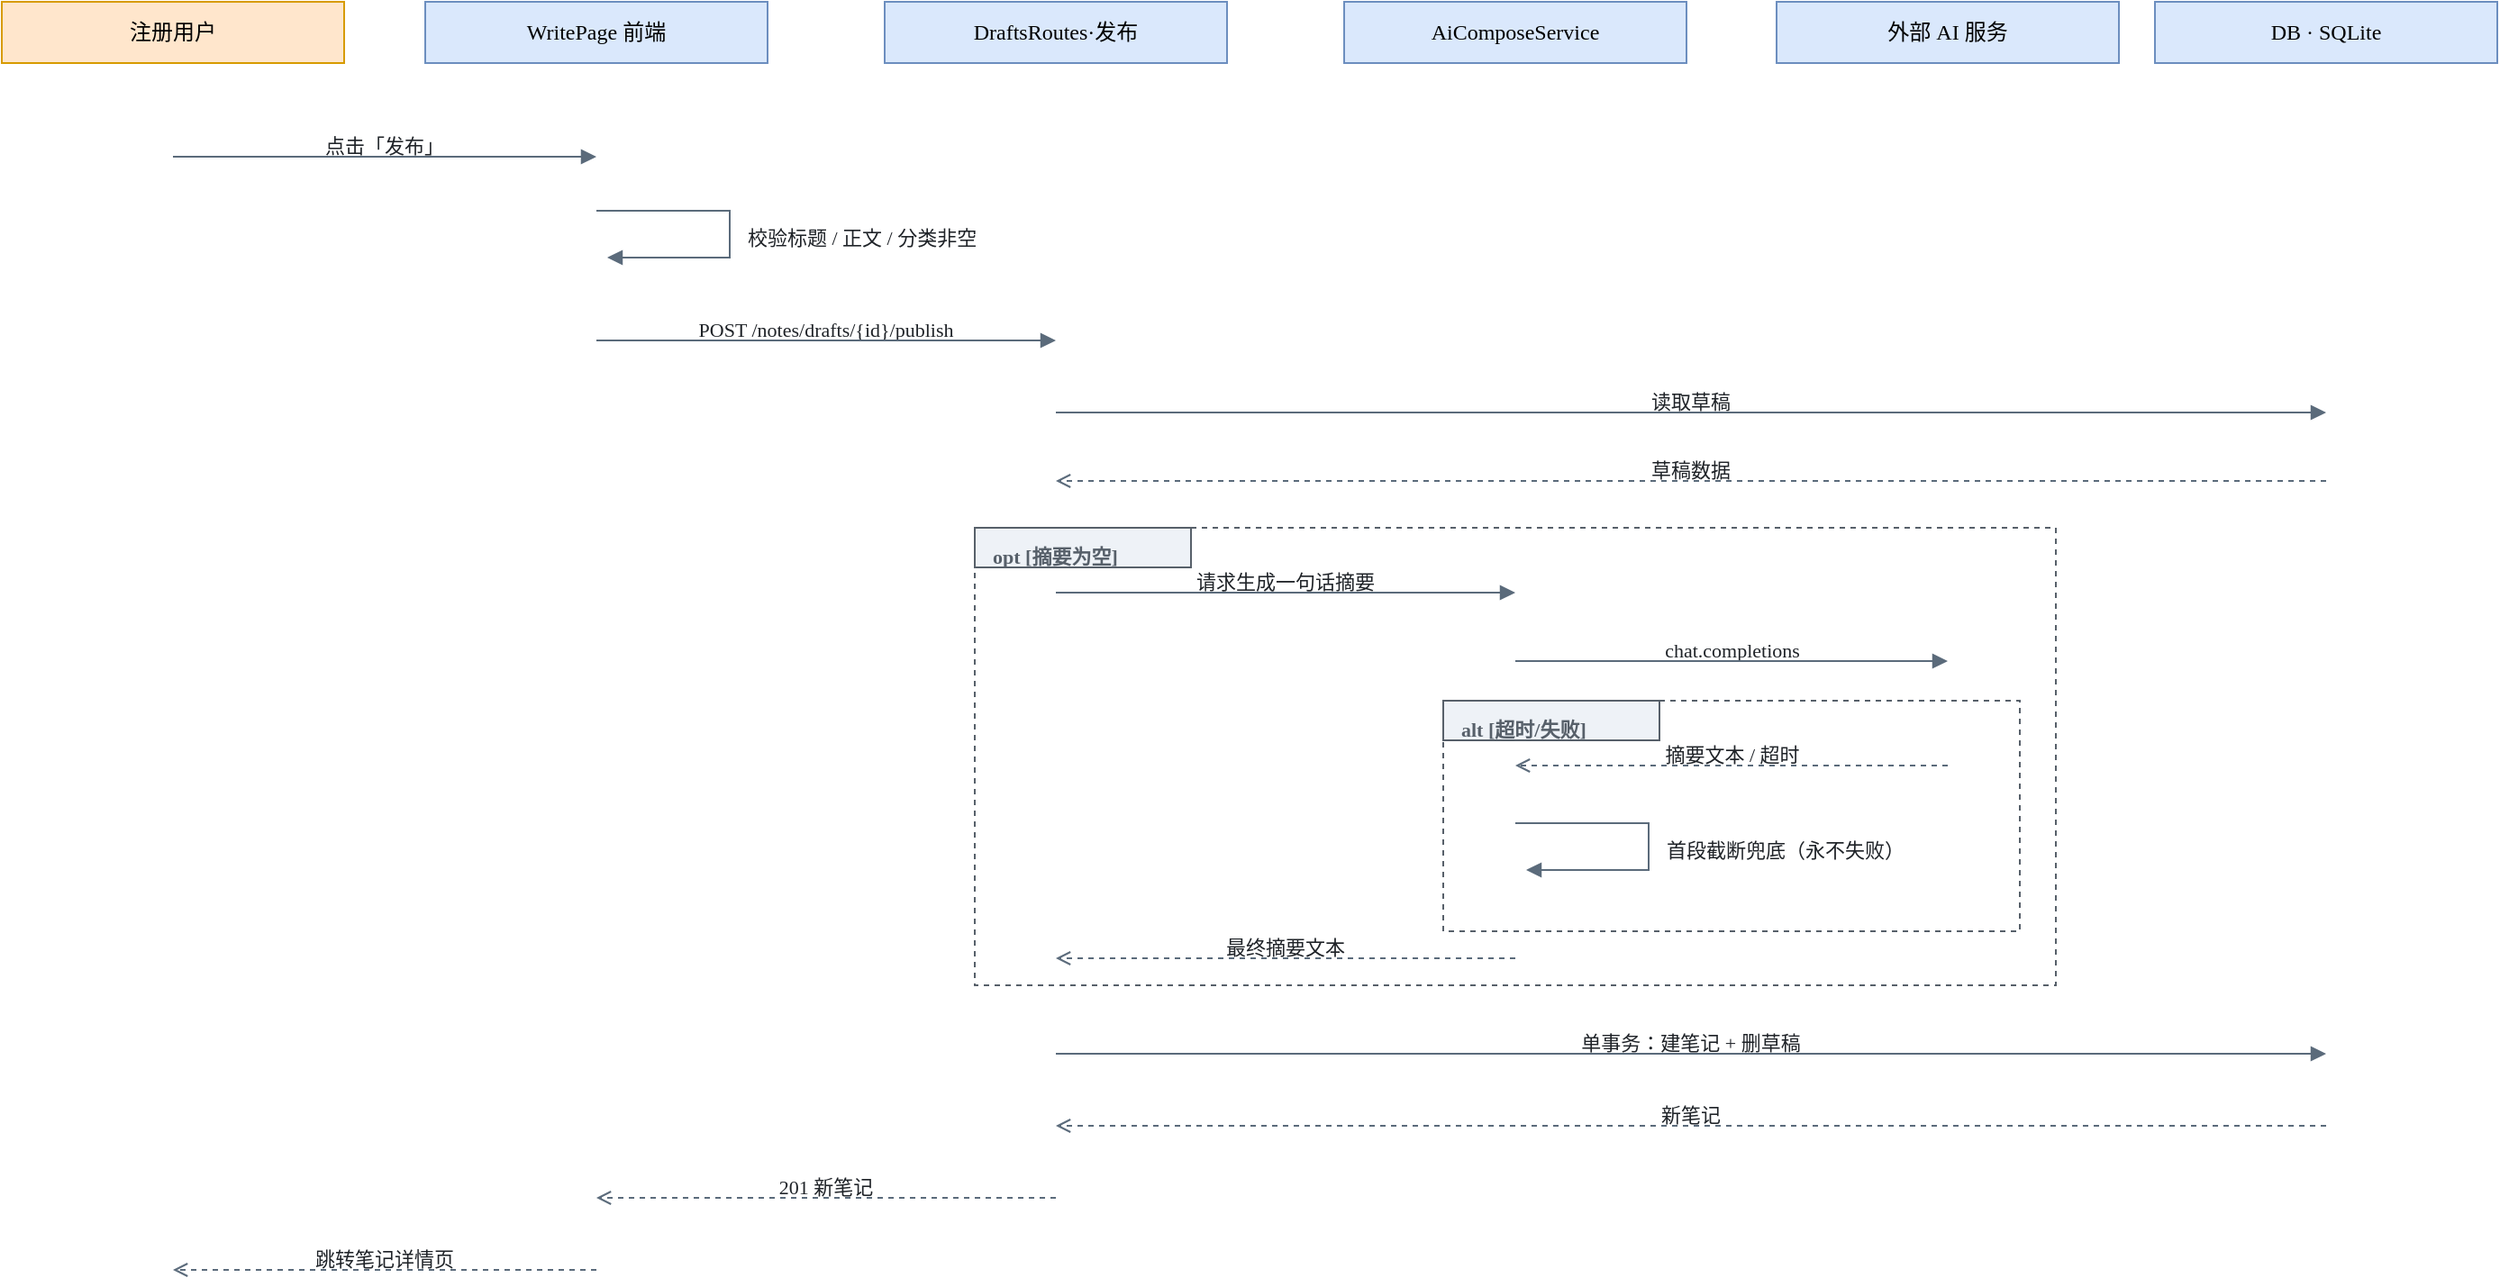
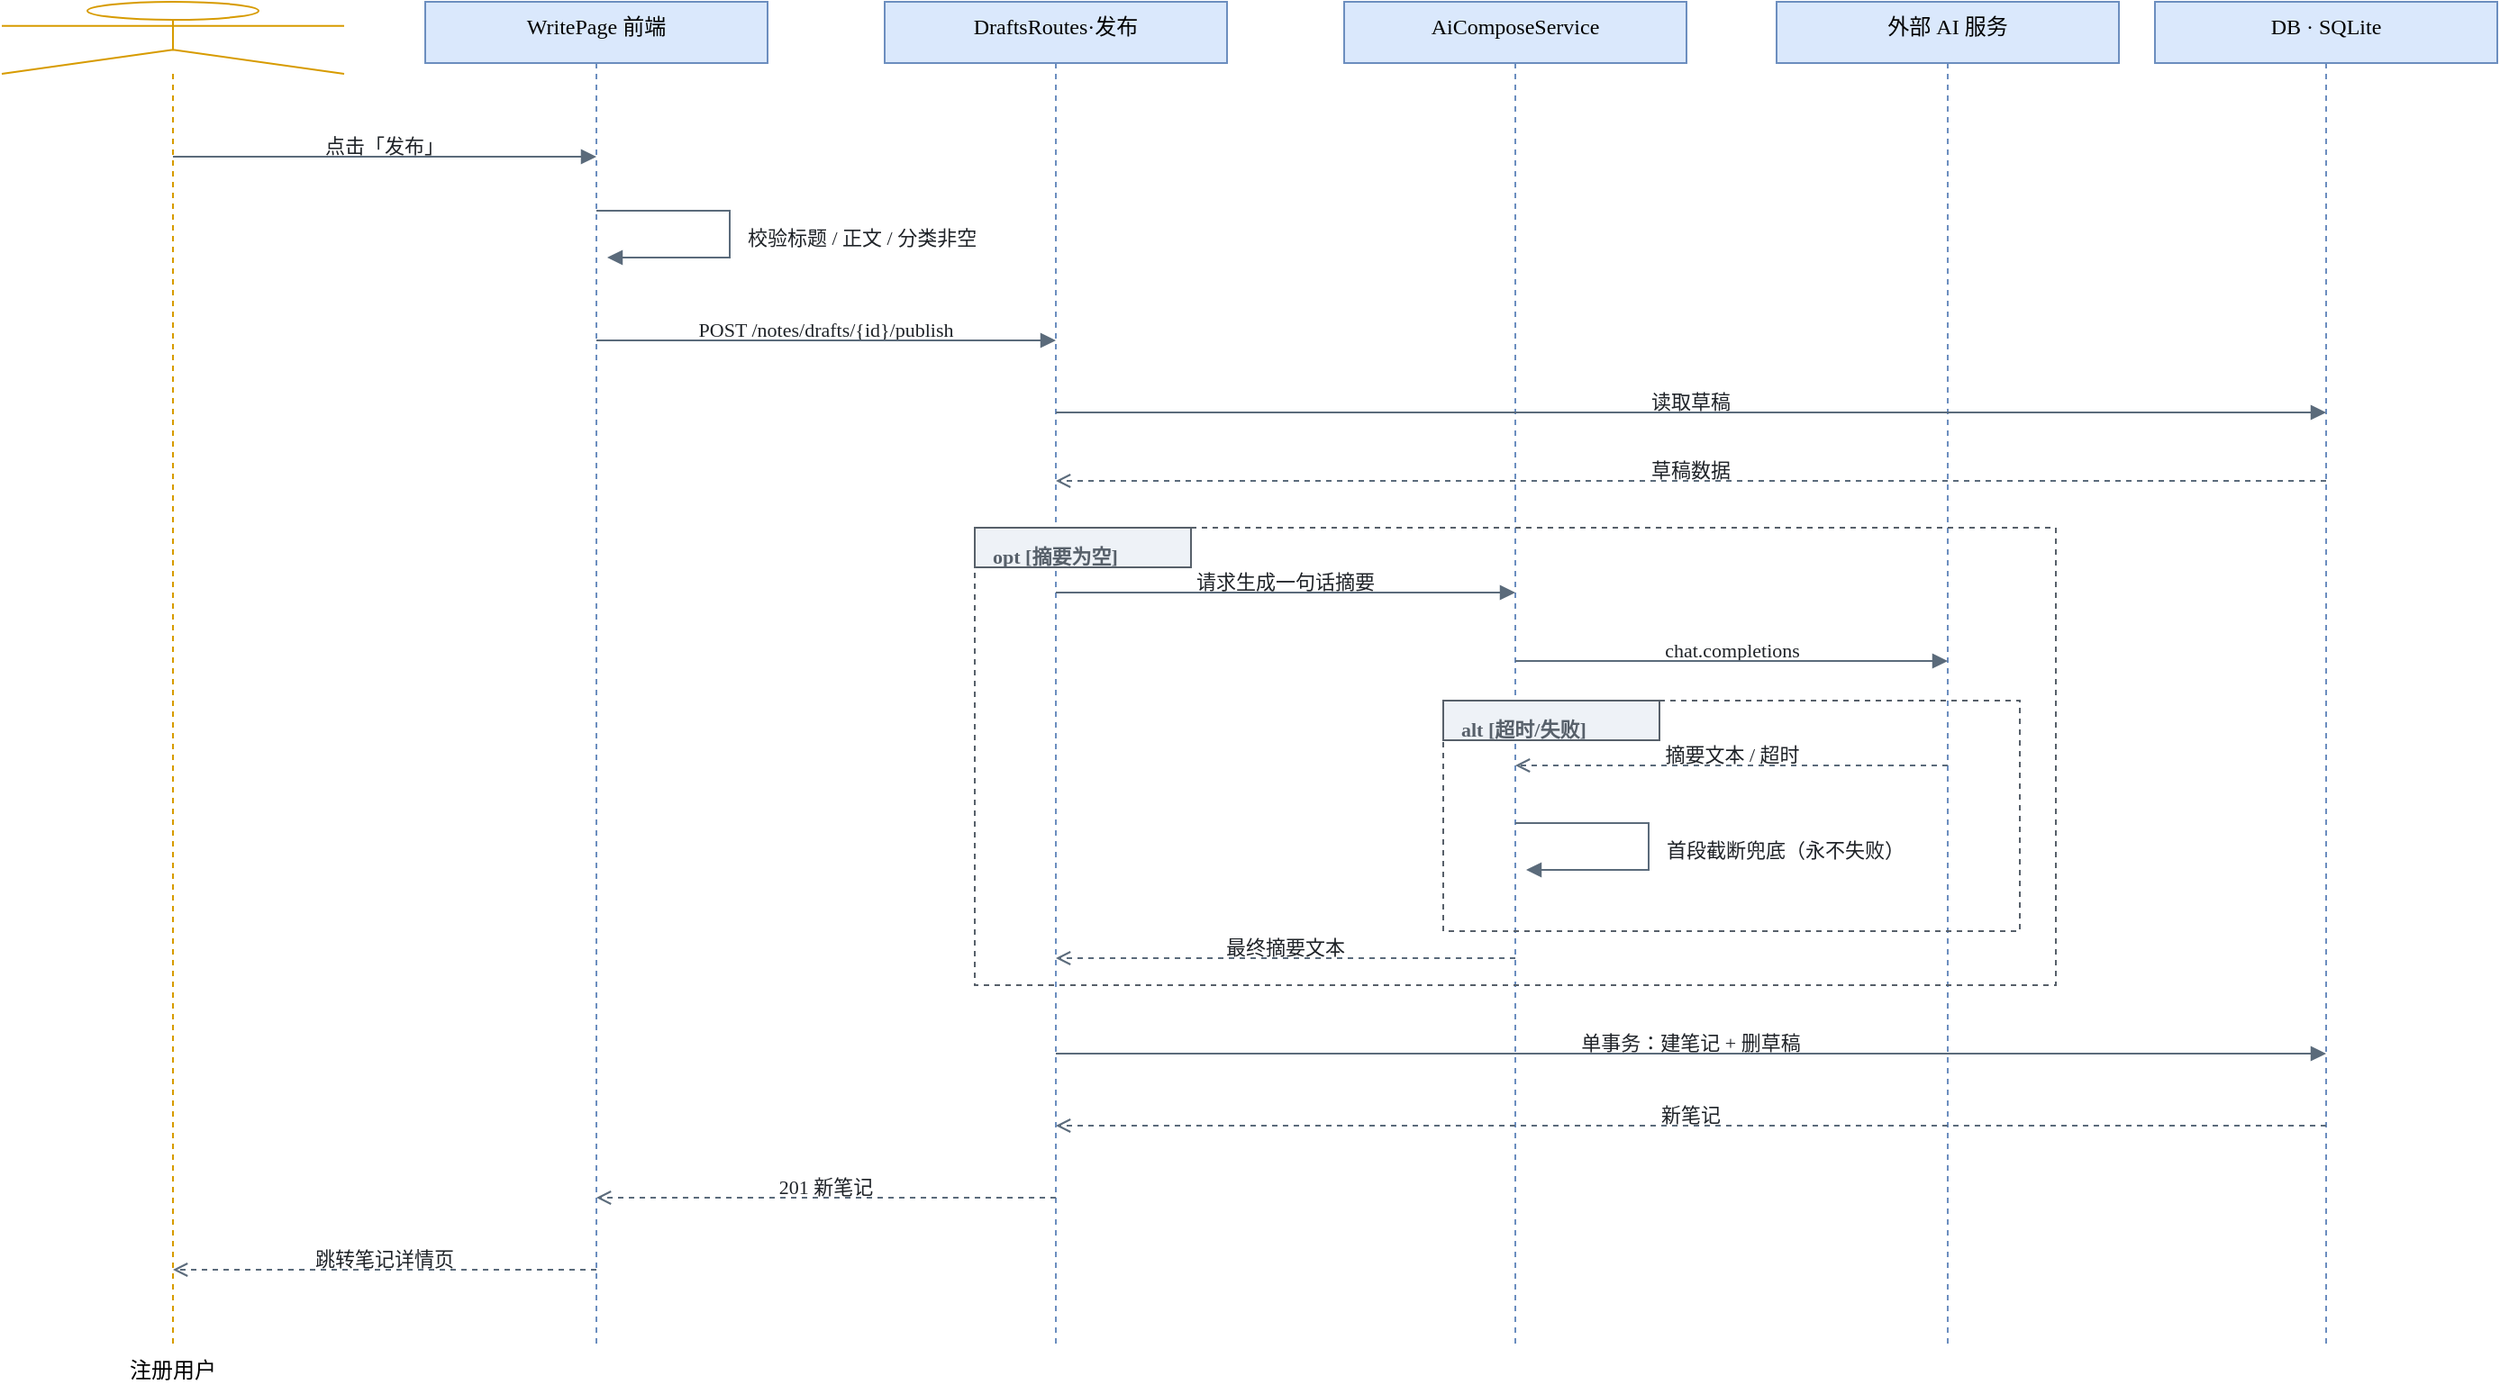
<mxfile host="app.diagrams.net" agent="figlib">
<diagram id="图6-8 顺序图·草稿发布与AI摘要降级" name="图6-8 顺序图·草稿发布与AI摘要降级">
<mxGraphModel dx="1280" dy="820" grid="0" gridSize="10" guides="1" tooltips="1" connect="1" arrows="1" fold="1" page="1" pageScale="1" pageWidth="1380" pageHeight="860" math="0" shadow="0"><root>
<mxCell id="0"/><mxCell id="1" parent="0"/>
- <mxCell id="U" value="注册用户" style="shape=umlLifeline;perimeter=lifelinePerimeter;whiteSpace=wrap;html=1;container=0;collapsible=0;fontFamily=SimSun;fontSize=12;fillColor=#ffe6cc;strokeColor=#d79b00;size=34;" vertex="1" parent="1"><mxGeometry x="0" y="44" width="190" height="34" as="geometry"/></mxCell>
- <mxCell id="W" value="WritePage 前端" style="shape=umlLifeline;perimeter=lifelinePerimeter;whiteSpace=wrap;html=1;container=0;collapsible=0;fontFamily=SimSun;fontSize=12;fillColor=#dae8fc;strokeColor=#6c8ebf;size=34;" vertex="1" parent="1"><mxGeometry x="235" y="44" width="190" height="34" as="geometry"/></mxCell>
- <mxCell id="API" value="DraftsRoutes·发布" style="shape=umlLifeline;perimeter=lifelinePerimeter;whiteSpace=wrap;html=1;container=0;collapsible=0;fontFamily=SimSun;fontSize=12;fillColor=#dae8fc;strokeColor=#6c8ebf;size=34;" vertex="1" parent="1"><mxGeometry x="490" y="44" width="190" height="34" as="geometry"/></mxCell>
- <mxCell id="AIS" value="AiComposeService" style="shape=umlLifeline;perimeter=lifelinePerimeter;whiteSpace=wrap;html=1;container=0;collapsible=0;fontFamily=SimSun;fontSize=12;fillColor=#dae8fc;strokeColor=#6c8ebf;size=34;" vertex="1" parent="1"><mxGeometry x="745" y="44" width="190" height="34" as="geometry"/></mxCell>
- <mxCell id="AI" value="外部 AI 服务" style="shape=umlLifeline;perimeter=lifelinePerimeter;whiteSpace=wrap;html=1;container=0;collapsible=0;fontFamily=SimSun;fontSize=12;fillColor=#dae8fc;strokeColor=#6c8ebf;size=34;" vertex="1" parent="1"><mxGeometry x="985" y="44" width="190" height="34" as="geometry"/></mxCell>
- <mxCell id="DB" value="DB · SQLite" style="shape=umlLifeline;perimeter=lifelinePerimeter;whiteSpace=wrap;html=1;container=0;collapsible=0;fontFamily=SimSun;fontSize=12;fillColor=#dae8fc;strokeColor=#6c8ebf;size=34;" vertex="1" parent="1"><mxGeometry x="1195" y="44" width="190" height="34" as="geometry"/></mxCell>
+ <mxCell id="U" value="注册用户" style="shape=umlLifeline;perimeter=lifelinePerimeter;whiteSpace=wrap;html=1;container=1;collapsible=0;recursiveResize=0;outlineConnect=0;fontFamily=SimSun;fontSize=12;verticalAlign=top;fillColor=none;strokeColor=#d79b00;size=40;participant=umlActor;verticalLabelPosition=bottom;labelPosition=center;" vertex="1" parent="1"><mxGeometry x="0" y="44" width="190" height="746" as="geometry"/></mxCell>
+ <mxCell id="W" value="WritePage 前端" style="shape=umlLifeline;perimeter=lifelinePerimeter;whiteSpace=wrap;html=1;container=1;collapsible=0;recursiveResize=0;outlineConnect=0;fontFamily=SimSun;fontSize=12;verticalAlign=top;fillColor=#dae8fc;strokeColor=#6c8ebf;size=34;" vertex="1" parent="1"><mxGeometry x="235" y="44" width="190" height="746" as="geometry"/></mxCell>
+ <mxCell id="API" value="DraftsRoutes·发布" style="shape=umlLifeline;perimeter=lifelinePerimeter;whiteSpace=wrap;html=1;container=1;collapsible=0;recursiveResize=0;outlineConnect=0;fontFamily=SimSun;fontSize=12;verticalAlign=top;fillColor=#dae8fc;strokeColor=#6c8ebf;size=34;" vertex="1" parent="1"><mxGeometry x="490" y="44" width="190" height="746" as="geometry"/></mxCell>
+ <mxCell id="AIS" value="AiComposeService" style="shape=umlLifeline;perimeter=lifelinePerimeter;whiteSpace=wrap;html=1;container=1;collapsible=0;recursiveResize=0;outlineConnect=0;fontFamily=SimSun;fontSize=12;verticalAlign=top;fillColor=#dae8fc;strokeColor=#6c8ebf;size=34;" vertex="1" parent="1"><mxGeometry x="745" y="44" width="190" height="746" as="geometry"/></mxCell>
+ <mxCell id="AI" value="外部 AI 服务" style="shape=umlLifeline;perimeter=lifelinePerimeter;whiteSpace=wrap;html=1;container=1;collapsible=0;recursiveResize=0;outlineConnect=0;fontFamily=SimSun;fontSize=12;verticalAlign=top;fillColor=#dae8fc;strokeColor=#6c8ebf;size=34;" vertex="1" parent="1"><mxGeometry x="985" y="44" width="190" height="746" as="geometry"/></mxCell>
+ <mxCell id="DB" value="DB · SQLite" style="shape=umlLifeline;perimeter=lifelinePerimeter;whiteSpace=wrap;html=1;container=1;collapsible=0;recursiveResize=0;outlineConnect=0;fontFamily=SimSun;fontSize=12;verticalAlign=top;fillColor=#dae8fc;strokeColor=#6c8ebf;size=34;" vertex="1" parent="1"><mxGeometry x="1195" y="44" width="190" height="746" as="geometry"/></mxCell>
<mxCell id="t1" value="点击「发布」" style="text=;html=1;strokeColor=none;fillColor=none;align=center;verticalAlign=top;fontFamily=SimSun;fontSize=11;fontColor=#1f2328;fontStyle=0;" vertex="1" parent="1"><mxGeometry x="62" y="111" width="300" height="16" as="geometry"/></mxCell>
<mxCell id="t2" value="校验标题 / 正文 / 分类非空" style="text=;html=1;strokeColor=none;fillColor=none;align=left;verticalAlign=top;fontFamily=SimSun;fontSize=11;fontColor=#1f2328;fontStyle=0;" vertex="1" parent="1"><mxGeometry x="412" y="162" width="260" height="30" as="geometry"/></mxCell>
<mxCell id="t3" value="POST /notes/drafts/{id}/publish" style="text=;html=1;strokeColor=none;fillColor=none;align=center;verticalAlign=top;fontFamily=SimSun;fontSize=11;fontColor=#1f2328;fontStyle=0;" vertex="1" parent="1"><mxGeometry x="307" y="213" width="300" height="16" as="geometry"/></mxCell>
<mxCell id="t4" value="读取草稿" style="text=;html=1;strokeColor=none;fillColor=none;align=center;verticalAlign=top;fontFamily=SimSun;fontSize=11;fontColor=#1f2328;fontStyle=0;" vertex="1" parent="1"><mxGeometry x="787" y="253" width="300" height="16" as="geometry"/></mxCell>
<mxCell id="t5" value="草稿数据" style="text=;html=1;strokeColor=none;fillColor=none;align=center;verticalAlign=top;fontFamily=SimSun;fontSize=11;fontColor=#1f2328;fontStyle=0;" vertex="1" parent="1"><mxGeometry x="787" y="291" width="300" height="16" as="geometry"/></mxCell>
<mxCell id="fr6" value="" style="whiteSpace=wrap;html=1;fontFamily=SimSun;fontSize=12;fillColor=none;strokeColor=#57606a;dashed=1;align=center;" vertex="1" parent="1"><mxGeometry x="540" y="336" width="600" height="254" as="geometry"/></mxCell>
<mxCell id="frtab7" value="" style="whiteSpace=wrap;html=1;fontFamily=SimSun;fontSize=12;fillColor=#eef2f7;strokeColor=#57606a;align=center;" vertex="1" parent="1"><mxGeometry x="540" y="336" width="120" height="22" as="geometry"/></mxCell>
<mxCell id="t8" value="opt [摘要为空]" style="text=;html=1;strokeColor=none;fillColor=none;align=left;verticalAlign=top;fontFamily=SimSun;fontSize=11;fontColor=#57606a;fontStyle=1;" vertex="1" parent="1"><mxGeometry x="548" y="339" width="112" height="16" as="geometry"/></mxCell>
<mxCell id="t9" value="请求生成一句话摘要" style="text=;html=1;strokeColor=none;fillColor=none;align=center;verticalAlign=top;fontFamily=SimSun;fontSize=11;fontColor=#1f2328;fontStyle=0;" vertex="1" parent="1"><mxGeometry x="562" y="353" width="300" height="16" as="geometry"/></mxCell>
<mxCell id="t10" value="chat.completions" style="text=;html=1;strokeColor=none;fillColor=none;align=center;verticalAlign=top;fontFamily=SimSun;fontSize=11;fontColor=#1f2328;fontStyle=0;" vertex="1" parent="1"><mxGeometry x="810" y="391" width="300" height="16" as="geometry"/></mxCell>
<mxCell id="fr11" value="" style="whiteSpace=wrap;html=1;fontFamily=SimSun;fontSize=12;fillColor=none;strokeColor=#57606a;dashed=1;align=center;" vertex="1" parent="1"><mxGeometry x="800" y="432" width="320" height="128" as="geometry"/></mxCell>
<mxCell id="frtab12" value="" style="whiteSpace=wrap;html=1;fontFamily=SimSun;fontSize=12;fillColor=#eef2f7;strokeColor=#57606a;align=center;" vertex="1" parent="1"><mxGeometry x="800" y="432" width="120" height="22" as="geometry"/></mxCell>
<mxCell id="t13" value="alt [超时/失败]" style="text=;html=1;strokeColor=none;fillColor=none;align=left;verticalAlign=top;fontFamily=SimSun;fontSize=11;fontColor=#57606a;fontStyle=1;" vertex="1" parent="1"><mxGeometry x="808" y="435" width="112" height="16" as="geometry"/></mxCell>
<mxCell id="t14" value="摘要文本 / 超时" style="text=;html=1;strokeColor=none;fillColor=none;align=center;verticalAlign=top;fontFamily=SimSun;fontSize=11;fontColor=#1f2328;fontStyle=0;" vertex="1" parent="1"><mxGeometry x="810" y="449" width="300" height="16" as="geometry"/></mxCell>
<mxCell id="t15" value="首段截断兜底（永不失败）" style="text=;html=1;strokeColor=none;fillColor=none;align=left;verticalAlign=top;fontFamily=SimSun;fontSize=11;fontColor=#1f2328;fontStyle=0;" vertex="1" parent="1"><mxGeometry x="922" y="502" width="260" height="30" as="geometry"/></mxCell>
<mxCell id="t16" value="最终摘要文本" style="text=;html=1;strokeColor=none;fillColor=none;align=center;verticalAlign=top;fontFamily=SimSun;fontSize=11;fontColor=#1f2328;fontStyle=0;" vertex="1" parent="1"><mxGeometry x="562" y="556" width="300" height="16" as="geometry"/></mxCell>
<mxCell id="t17" value="单事务：建笔记 + 删草稿" style="text=;html=1;strokeColor=none;fillColor=none;align=center;verticalAlign=top;fontFamily=SimSun;fontSize=11;fontColor=#1f2328;fontStyle=0;" vertex="1" parent="1"><mxGeometry x="787" y="609" width="300" height="16" as="geometry"/></mxCell>
<mxCell id="t18" value="新笔记" style="text=;html=1;strokeColor=none;fillColor=none;align=center;verticalAlign=top;fontFamily=SimSun;fontSize=11;fontColor=#1f2328;fontStyle=0;" vertex="1" parent="1"><mxGeometry x="787" y="649" width="300" height="16" as="geometry"/></mxCell>
<mxCell id="t19" value="201 新笔记" style="text=;html=1;strokeColor=none;fillColor=none;align=center;verticalAlign=top;fontFamily=SimSun;fontSize=11;fontColor=#1f2328;fontStyle=0;" vertex="1" parent="1"><mxGeometry x="307" y="689" width="300" height="16" as="geometry"/></mxCell>
<mxCell id="t20" value="跳转笔记详情页" style="text=;html=1;strokeColor=none;fillColor=none;align=center;verticalAlign=top;fontFamily=SimSun;fontSize=11;fontColor=#1f2328;fontStyle=0;" vertex="1" parent="1"><mxGeometry x="62" y="729" width="300" height="16" as="geometry"/></mxCell>
<mxCell id="e0" value="" style="html=1;rounded=0;endArrow=block;endFill=1;strokeColor=#5b6b7b;fontFamily=SimSun;fontSize=11;fontColor=#57606a;" edge="1" parent="1"><mxGeometry relative="1" as="geometry"><mxPoint x="95" y="130" as="sourcePoint"/><mxPoint x="330" y="130" as="targetPoint"/></mxGeometry></mxCell>
<mxCell id="e1" value="" style="html=1;rounded=0;endArrow=block;endFill=1;strokeColor=#5b6b7b;fontFamily=SimSun;fontSize=11;fontColor=#57606a;" edge="1" parent="1"><mxGeometry relative="1" as="geometry"><mxPoint x="330" y="160" as="sourcePoint"/><mxPoint x="336" y="186" as="targetPoint"/><Array as="points"><mxPoint x="404" y="160"/><mxPoint x="404" y="186"/></Array></mxGeometry></mxCell>
<mxCell id="e2" value="" style="html=1;rounded=0;endArrow=block;endFill=1;strokeColor=#5b6b7b;fontFamily=SimSun;fontSize=11;fontColor=#57606a;" edge="1" parent="1"><mxGeometry relative="1" as="geometry"><mxPoint x="330" y="232" as="sourcePoint"/><mxPoint x="585" y="232" as="targetPoint"/></mxGeometry></mxCell>
<mxCell id="e3" value="" style="html=1;rounded=0;endArrow=block;endFill=1;strokeColor=#5b6b7b;fontFamily=SimSun;fontSize=11;fontColor=#57606a;" edge="1" parent="1"><mxGeometry relative="1" as="geometry"><mxPoint x="585" y="272" as="sourcePoint"/><mxPoint x="1290" y="272" as="targetPoint"/></mxGeometry></mxCell>
<mxCell id="e4" value="" style="html=1;rounded=0;endArrow=open;endFill=0;strokeColor=#5b6b7b;fontFamily=SimSun;fontSize=11;fontColor=#57606a;dashed=1;" edge="1" parent="1"><mxGeometry relative="1" as="geometry"><mxPoint x="1290" y="310" as="sourcePoint"/><mxPoint x="585" y="310" as="targetPoint"/></mxGeometry></mxCell>
<mxCell id="e5" value="" style="html=1;rounded=0;endArrow=block;endFill=1;strokeColor=#5b6b7b;fontFamily=SimSun;fontSize=11;fontColor=#57606a;" edge="1" parent="1"><mxGeometry relative="1" as="geometry"><mxPoint x="585" y="372" as="sourcePoint"/><mxPoint x="840" y="372" as="targetPoint"/></mxGeometry></mxCell>
<mxCell id="e6" value="" style="html=1;rounded=0;endArrow=block;endFill=1;strokeColor=#5b6b7b;fontFamily=SimSun;fontSize=11;fontColor=#57606a;" edge="1" parent="1"><mxGeometry relative="1" as="geometry"><mxPoint x="840" y="410" as="sourcePoint"/><mxPoint x="1080" y="410" as="targetPoint"/></mxGeometry></mxCell>
<mxCell id="e7" value="" style="html=1;rounded=0;endArrow=open;endFill=0;strokeColor=#5b6b7b;fontFamily=SimSun;fontSize=11;fontColor=#57606a;dashed=1;" edge="1" parent="1"><mxGeometry relative="1" as="geometry"><mxPoint x="1080" y="468" as="sourcePoint"/><mxPoint x="840" y="468" as="targetPoint"/></mxGeometry></mxCell>
<mxCell id="e8" value="" style="html=1;rounded=0;endArrow=block;endFill=1;strokeColor=#5b6b7b;fontFamily=SimSun;fontSize=11;fontColor=#57606a;" edge="1" parent="1"><mxGeometry relative="1" as="geometry"><mxPoint x="840" y="500" as="sourcePoint"/><mxPoint x="846" y="526" as="targetPoint"/><Array as="points"><mxPoint x="914" y="500"/><mxPoint x="914" y="526"/></Array></mxGeometry></mxCell>
<mxCell id="e9" value="" style="html=1;rounded=0;endArrow=open;endFill=0;strokeColor=#5b6b7b;fontFamily=SimSun;fontSize=11;fontColor=#57606a;dashed=1;" edge="1" parent="1"><mxGeometry relative="1" as="geometry"><mxPoint x="840" y="575" as="sourcePoint"/><mxPoint x="585" y="575" as="targetPoint"/></mxGeometry></mxCell>
<mxCell id="e10" value="" style="html=1;rounded=0;endArrow=block;endFill=1;strokeColor=#5b6b7b;fontFamily=SimSun;fontSize=11;fontColor=#57606a;" edge="1" parent="1"><mxGeometry relative="1" as="geometry"><mxPoint x="585" y="628" as="sourcePoint"/><mxPoint x="1290" y="628" as="targetPoint"/></mxGeometry></mxCell>
<mxCell id="e11" value="" style="html=1;rounded=0;endArrow=open;endFill=0;strokeColor=#5b6b7b;fontFamily=SimSun;fontSize=11;fontColor=#57606a;dashed=1;" edge="1" parent="1"><mxGeometry relative="1" as="geometry"><mxPoint x="1290" y="668" as="sourcePoint"/><mxPoint x="585" y="668" as="targetPoint"/></mxGeometry></mxCell>
<mxCell id="e12" value="" style="html=1;rounded=0;endArrow=open;endFill=0;strokeColor=#5b6b7b;fontFamily=SimSun;fontSize=11;fontColor=#57606a;dashed=1;" edge="1" parent="1"><mxGeometry relative="1" as="geometry"><mxPoint x="585" y="708" as="sourcePoint"/><mxPoint x="330" y="708" as="targetPoint"/></mxGeometry></mxCell>
<mxCell id="e13" value="" style="html=1;rounded=0;endArrow=open;endFill=0;strokeColor=#5b6b7b;fontFamily=SimSun;fontSize=11;fontColor=#57606a;dashed=1;" edge="1" parent="1"><mxGeometry relative="1" as="geometry"><mxPoint x="330" y="748" as="sourcePoint"/><mxPoint x="95" y="748" as="targetPoint"/></mxGeometry></mxCell>
</root></mxGraphModel></diagram></mxfile>